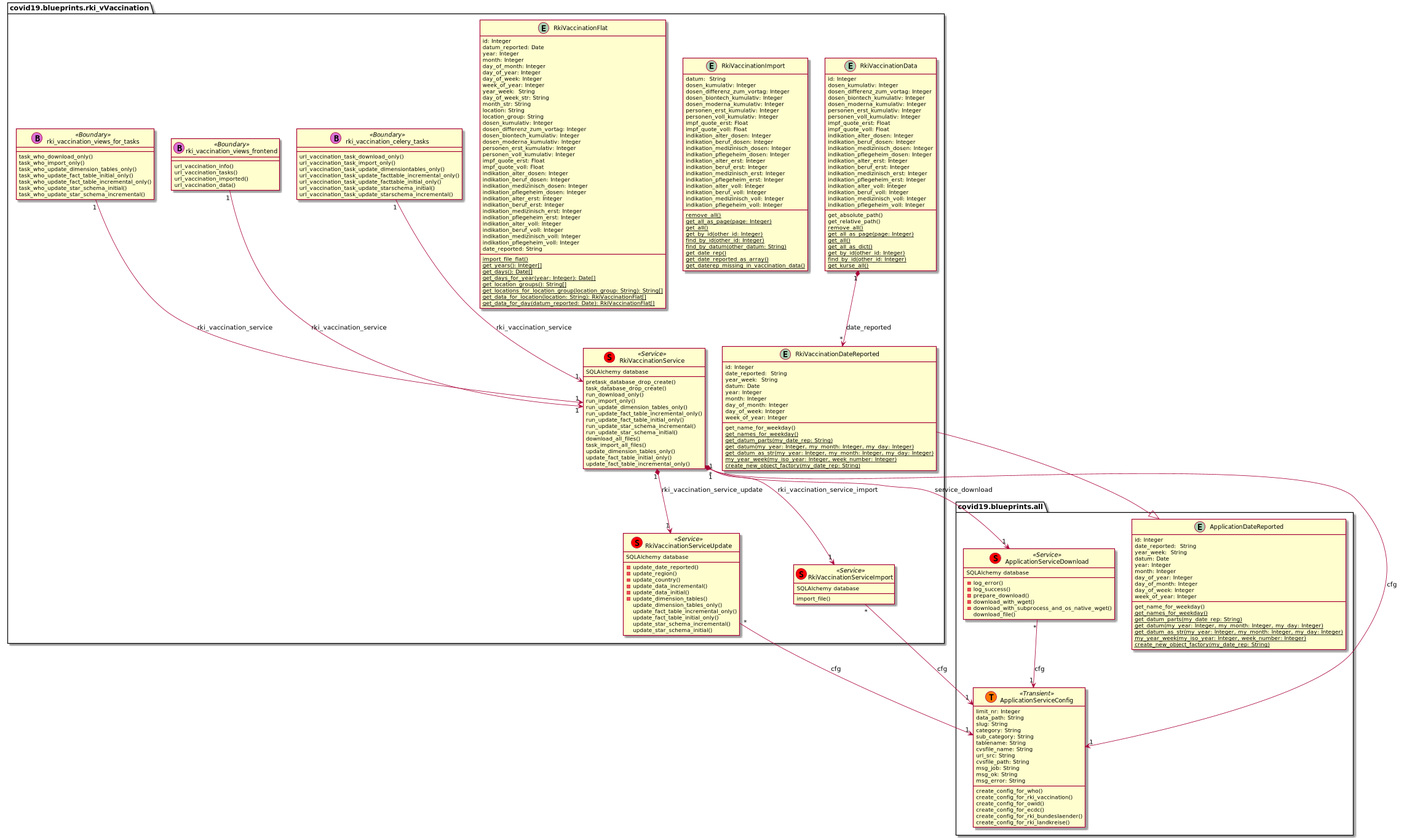
The PlantUML diagram docs/uml/data_vaccination/rki_vaccination_domain_model.png in thomaswoehlke/flask_covid19, before a commit.
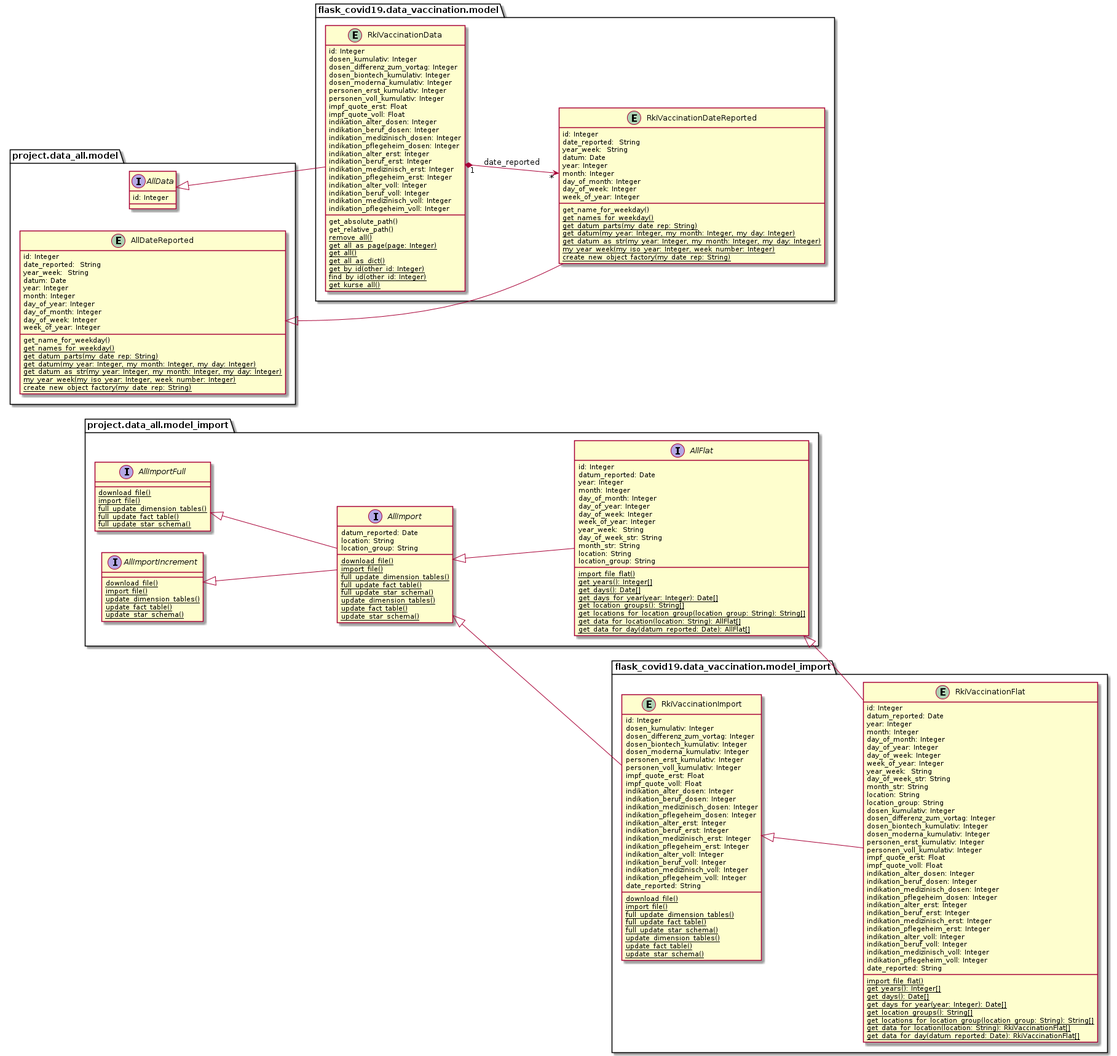
Later version of the same file.

What changed in the source:
```diff
@@ -1,74 +1,67 @@
 @startuml
-package covid19.blueprints.all {
+left to right direction
 
-	entity ApplicationDateReported {
+
+package project.data_all.model_import {
+
+	interface AllImportFull {
+		{classifier} download_file()
+		{classifier} import_file()
+		{classifier} full_update_dimension_tables()
+		{classifier} full_update_fact_table()
+		{classifier} full_update_star_schema()
+	}
+
+	interface AllImportIncrement {
+		{classifier} download_file()
+		{classifier} import_file()
+		{classifier} update_dimension_tables()
+		{classifier} update_fact_table()
+		{classifier} update_star_schema()
+	}
+
+	interface AllImport {
+	    datum_reported: Date
+		location: String
+		location_group: String
+		{classifier} download_file()
+		{classifier} import_file()
+		{classifier} full_update_dimension_tables()
+		{classifier} full_update_fact_table()
+		{classifier} full_update_star_schema()
+		{classifier} update_dimension_tables()
+		{classifier} update_fact_table()
+		{classifier} update_star_schema()
+	}
+
+	interface AllFlat {
 	    id: Integer
-		date_reported:  String
-	    year_week:  String
-	    datum: Date
-	    year: Integer
-	    month: Integer
-		day_of_year: Integer
-	    day_of_month: Integer
-	    day_of_week: Integer
-	    week_of_year: Integer
-		get_name_for_weekday()
-		{classifier} get_names_for_weekday()
-		{classifier} get_datum_parts(my_date_rep: String)
-		{classifier} get_datum(my_year: Integer, my_month: Integer, my_day: Integer)
-		{classifier} get_datum_as_str(my_year: Integer, my_month: Integer, my_day: Integer)
-		{classifier} my_year_week(my_iso_year: Integer, week_number: Integer)
-		{classifier} create_new_object_factory(my_date_rep: String)
-	}
-	class ApplicationServiceDownload << (S,red) Service >> {
-		-log_error()
-		-log_success()
-		-prepare_download()
-		-download_with_wget()
-		-download_with_subprocess_and_os_native_wget()
-		download_file()
-	}
-	class ApplicationServiceConfig << (T,#FF7700) Transient >> {
-		limit_nr: Integer
-	    data_path: String
-	    slug: String
-	    category: String
-	    sub_category: String
-	    tablename: String
-	    cvsfile_name: String
-	    url_src: String
-	    cvsfile_path: String
-	    msg_job: String
-	    msg_ok: String
-	    msg_error: String
-		create_config_for_who()
-		create_config_for_rki_vaccination()
-		create_config_for_owid()
-		create_config_for_ecdc()
-		create_config_for_rki_bundeslaender()
-		create_config_for_rki_landkreise()
-	}
-}
-package covid19.blueprints.rki_vVaccination {
-	entity RkiVaccinationDateReported {
-	    id: Integer
-		date_reported:  String
-	    year_week:  String
-	    datum: Date
+	    datum_reported: Date
 	    year: Integer
 	    month: Integer
 	    day_of_month: Integer
+		day_of_year: Integer
 	    day_of_week: Integer
 	    week_of_year: Integer
-		get_name_for_weekday()
-		{classifier} get_names_for_weekday()
-		{classifier} get_datum_parts(my_date_rep: String)
-		{classifier} get_datum(my_year: Integer, my_month: Integer, my_day: Integer)
-		{classifier} get_datum_as_str(my_year: Integer, my_month: Integer, my_day: Integer)
-		{classifier} my_year_week(my_iso_year: Integer, week_number: Integer)
-		{classifier} create_new_object_factory(my_date_rep: String)
+	    year_week:  String
+	    day_of_week_str: String
+		month_str: String
+		location: String
+		location_group: String
+		{classifier} import_file_flat()
+		{classifier} get_years(): Integer[]
+		{classifier} get_days(): Date[]
+		{classifier} get_days_for_year(year: Integer): Date[]
+		{classifier} get_location_groups(): String[]
+		{classifier} get_locations_for_location_group(location_group: String): String[]
+		{classifier} get_data_for_location(location: String): AllFlat[]
+		{classifier} get_data_for_day(datum_reported: Date): AllFlat[]
 	}
-	entity RkiVaccinationData {
+}
+
+package flask_covid19.data_vaccination.model_import {
+
+	entity RkiVaccinationImport {
 	    id: Integer
 	    dosen_kumulativ: Integer
 	    dosen_differenz_zum_vortag: Integer
@@ -90,49 +83,17 @@
 	    indikation_beruf_voll: Integer
 	    indikation_medizinisch_voll: Integer
 	    indikation_pflegeheim_voll: Integer
-	    get_absolute_path()
-	    get_relative_path()
-	    {classifier} remove_all()
-	    {classifier} get_all_as_page(page: Integer)
-	    {classifier} get_all()
-	    {classifier} get_all_as_dict()
-	    {classifier} get_by_id(other_id: Integer)
-	    {classifier} find_by_id(other_id: Integer)
-	    {classifier} get_kurse_all()
+	    date_reported: String
+		{classifier} download_file()
+		{classifier} import_file()
+		{classifier} full_update_dimension_tables()
+		{classifier} full_update_fact_table()
+		{classifier} full_update_star_schema()
+		{classifier} update_dimension_tables()
+		{classifier} update_fact_table()
+		{classifier} update_star_schema()
 	}
-	entity RkiVaccinationImport {
-	    datum:  String
-	    dosen_kumulativ: Integer
-	    dosen_differenz_zum_vortag: Integer
-	    dosen_biontech_kumulativ: Integer
-	    dosen_moderna_kumulativ: Integer
-	    personen_erst_kumulativ: Integer
-	    personen_voll_kumulativ: Integer
-	    impf_quote_erst: Float
-	    impf_quote_voll: Float
-	    indikation_alter_dosen: Integer
-	    indikation_beruf_dosen: Integer
-	    indikation_medizinisch_dosen: Integer
-	    indikation_pflegeheim_dosen: Integer
-	    indikation_alter_erst: Integer
-	    indikation_beruf_erst: Integer
-	    indikation_medizinisch_erst: Integer
-	    indikation_pflegeheim_erst: Integer
-	    indikation_alter_voll: Integer
-	    indikation_beruf_voll: Integer
-	    indikation_medizinisch_voll: Integer
-	    indikation_pflegeheim_voll: Integer
 
-	    {classifier} remove_all()
-	    {classifier} get_all_as_page(page: Integer)
-	    {classifier} get_all()
-	    {classifier} get_by_id(other_id: Integer)
-	    {classifier} find_by_id(other_id: Integer)
-	    {classifier} find_by_datum(other_datum: String)
-	    {classifier} get_date_rep()
-	    {classifier} get_date_reported_as_array()
-	    {classifier} get_daterep_missing_in_vaccination_data()
-	}
 	entity RkiVaccinationFlat {
 	    id: Integer
 	    datum_reported: Date
@@ -177,77 +138,101 @@
 		{classifier} get_data_for_location(location: String): RkiVaccinationFlat[]
 		{classifier} get_data_for_day(datum_reported: Date): RkiVaccinationFlat[]
 	}
-	class RkiVaccinationService << (S,red) Service >> {
-	    pretask_database_drop_create()
-	    task_database_drop_create()
-	    run_download_only()
-	    run_import_only()
-	    run_update_dimension_tables_only()
-	    run_update_fact_table_incremental_only()
-	    run_update_fact_table_initial_only()
-	    run_update_star_schema_incremental()
-	    run_update_star_schema_initial()
-	    download_all_files()
-	    task_import_all_files()
-	    update_dimension_tables_only()
-	    update_fact_table_initial_only()
-	    update_fact_table_incremental_only()
+}
+
+AllImportFull <|-- AllImport
+AllImportIncrement <|-- AllImport
+AllImport <|-- AllFlat
+AllImport <|-- RkiVaccinationImport
+AllFlat <|-- RkiVaccinationFlat
+RkiVaccinationImport <|-- RkiVaccinationFlat
+
+
+package project.data_all.model {
+
+	entity AllDateReported {
+	    id: Integer
+		date_reported:  String
+	    year_week:  String
+	    datum: Date
+	    year: Integer
+	    month: Integer
+		day_of_year: Integer
+	    day_of_month: Integer
+	    day_of_week: Integer
+	    week_of_year: Integer
+		get_name_for_weekday()
+		{classifier} get_names_for_weekday()
+		{classifier} get_datum_parts(my_date_rep: String)
+		{classifier} get_datum(my_year: Integer, my_month: Integer, my_day: Integer)
+		{classifier} get_datum_as_str(my_year: Integer, my_month: Integer, my_day: Integer)
+		{classifier} my_year_week(my_iso_year: Integer, week_number: Integer)
+		{classifier} create_new_object_factory(my_date_rep: String)
 	}
-	class RkiVaccinationServiceImport << (S,red) Service >> {
-	    import_file()
-	}
-	class RkiVaccinationServiceUpdate << (S,red) Service >> {
-	    -update_date_reported()
-	    -update_region()
-	    -update_country()
-	    -update_data_incremental()
-	    -update_data_initial()
-	    -update_dimension_tables()
-	    update_dimension_tables_only()
-	    update_fact_table_incremental_only()
-	    update_fact_table_initial_only()
-	    update_star_schema_incremental()
-	    update_star_schema_initial()
-	}
-	class rki_vaccination_views_frontend << (B,orchid) Boundary >> {
-		url_vaccination_info()
-		url_vaccination_tasks()
-		url_vaccination_imported()
-		url_vaccination_data()
-	}
-	class rki_vaccination_views_for_tasks << (B,orchid) Boundary >> {
-		task_who_download_only()
-		task_who_import_only()
-		task_who_update_dimension_tables_only()
-		task_who_update_fact_table_initial_only()
-		task_who_update_fact_table_incremental_only()
-		task_who_update_star_schema_initial()
-		task_who_update_star_schema_incremental()
-	}
-	class rki_vaccination_celery_tasks << (B,orchid) Boundary >> {
-		url_vaccination_task_download_only()
-		url_vaccination_task_import_only()
-		url_vaccination_task_update_dimensiontables_only()
-		url_vaccination_task_update_facttable_incremental_only()
-		url_vaccination_task_update_facttable_initial_only()
-		url_vaccination_task_update_starschema_initial()
-		url_vaccination_task_update_starschema_incremental()
+
+	interface AllData {
+	    id: Integer
 	}
 }
-RkiVaccinationServiceImport : SQLAlchemy database
-RkiVaccinationServiceUpdate : SQLAlchemy database
-RkiVaccinationService : SQLAlchemy database
-ApplicationServiceDownload : SQLAlchemy database
-ApplicationDateReported <|-- RkiVaccinationDateReported
+
+package flask_covid19.data_vaccination.model {
+
+	entity RkiVaccinationDateReported {
+	    id: Integer
+		date_reported:  String
+	    year_week:  String
+	    datum: Date
+	    year: Integer
+	    month: Integer
+	    day_of_month: Integer
+	    day_of_week: Integer
+	    week_of_year: Integer
+		get_name_for_weekday()
+		{classifier} get_names_for_weekday()
+		{classifier} get_datum_parts(my_date_rep: String)
+		{classifier} get_datum(my_year: Integer, my_month: Integer, my_day: Integer)
+		{classifier} get_datum_as_str(my_year: Integer, my_month: Integer, my_day: Integer)
+		{classifier} my_year_week(my_iso_year: Integer, week_number: Integer)
+		{classifier} create_new_object_factory(my_date_rep: String)
+	}
+
+	entity RkiVaccinationData {
+	    id: Integer
+	    dosen_kumulativ: Integer
+	    dosen_differenz_zum_vortag: Integer
+	    dosen_biontech_kumulativ: Integer
+	    dosen_moderna_kumulativ: Integer
+	    personen_erst_kumulativ: Integer
+	    personen_voll_kumulativ: Integer
+	    impf_quote_erst: Float
+	    impf_quote_voll: Float
+	    indikation_alter_dosen: Integer
+	    indikation_beruf_dosen: Integer
+	    indikation_medizinisch_dosen: Integer
+	    indikation_pflegeheim_dosen: Integer
+	    indikation_alter_erst: Integer
+	    indikation_beruf_erst: Integer
+	    indikation_medizinisch_erst: Integer
+	    indikation_pflegeheim_erst: Integer
+	    indikation_alter_voll: Integer
+	    indikation_beruf_voll: Integer
+	    indikation_medizinisch_voll: Integer
+	    indikation_pflegeheim_voll: Integer
+	    get_absolute_path()
+	    get_relative_path()
+	    {classifier} remove_all()
+	    {classifier} get_all_as_page(page: Integer)
+	    {classifier} get_all()
+	    {classifier} get_all_as_dict()
+	    {classifier} get_by_id(other_id: Integer)
+	    {classifier} find_by_id(other_id: Integer)
+	    {classifier} get_kurse_all()
+	}
+}
+
+AllDateReported <|-- RkiVaccinationDateReported
+AllData <|-- RkiVaccinationData
+
 RkiVaccinationData "1" *--> "*" RkiVaccinationDateReported : date_reported
-RkiVaccinationService "*" *--> "1"  ApplicationServiceConfig : cfg
-RkiVaccinationServiceImport "*" --> "1"  ApplicationServiceConfig : cfg
-RkiVaccinationServiceUpdate "*" --> "1"  ApplicationServiceConfig : cfg
-ApplicationServiceDownload "*" --> "1"  ApplicationServiceConfig : cfg
-RkiVaccinationService "1" *--> "1" RkiVaccinationServiceImport : rki_vaccination_service_import
-RkiVaccinationService "1" *--> "1" RkiVaccinationServiceUpdate : rki_vaccination_service_update
-RkiVaccinationService "1" *--> "1" ApplicationServiceDownload : service_download
-rki_vaccination_views_frontend "1" --> "1" RkiVaccinationService : rki_vaccination_service
-rki_vaccination_views_for_tasks "1" --> "1" RkiVaccinationService : rki_vaccination_service
-rki_vaccination_celery_tasks "1" --> "1" RkiVaccinationService : rki_vaccination_service
+
 @enduml
```
